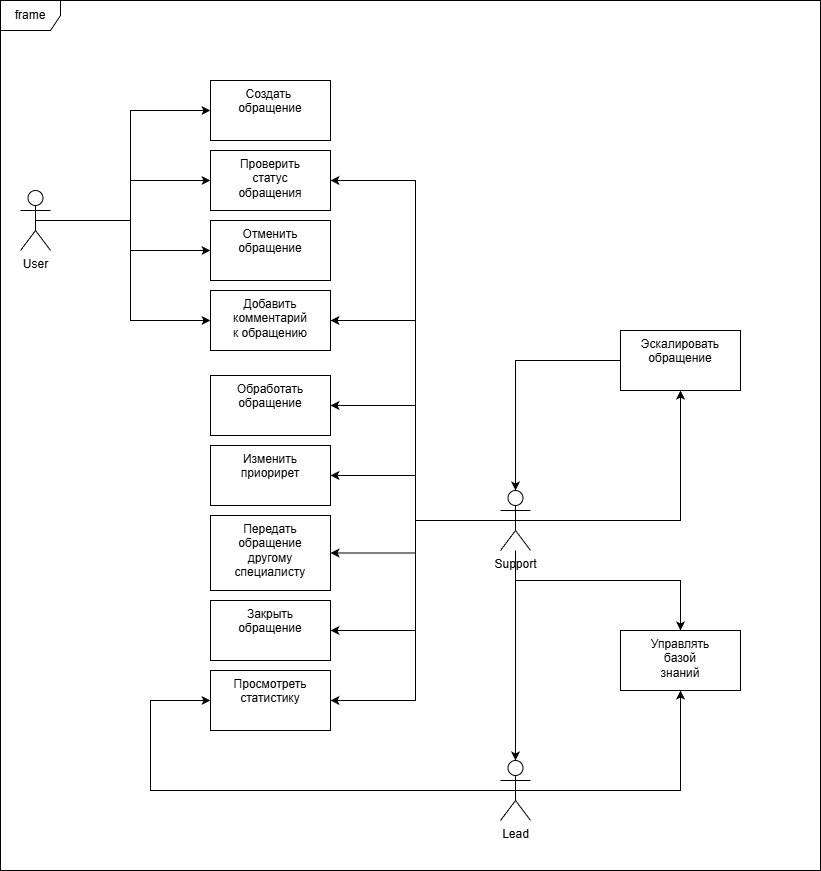
The draw.io diagram diagrams/support-uml.drawio.png in j112nsk/tw-portfolio, before a commit. Source tidied: cells renumbered, new cells last; positions are measured from the earlier drawing's top-left corner, leaving out a move shared by most shapes.
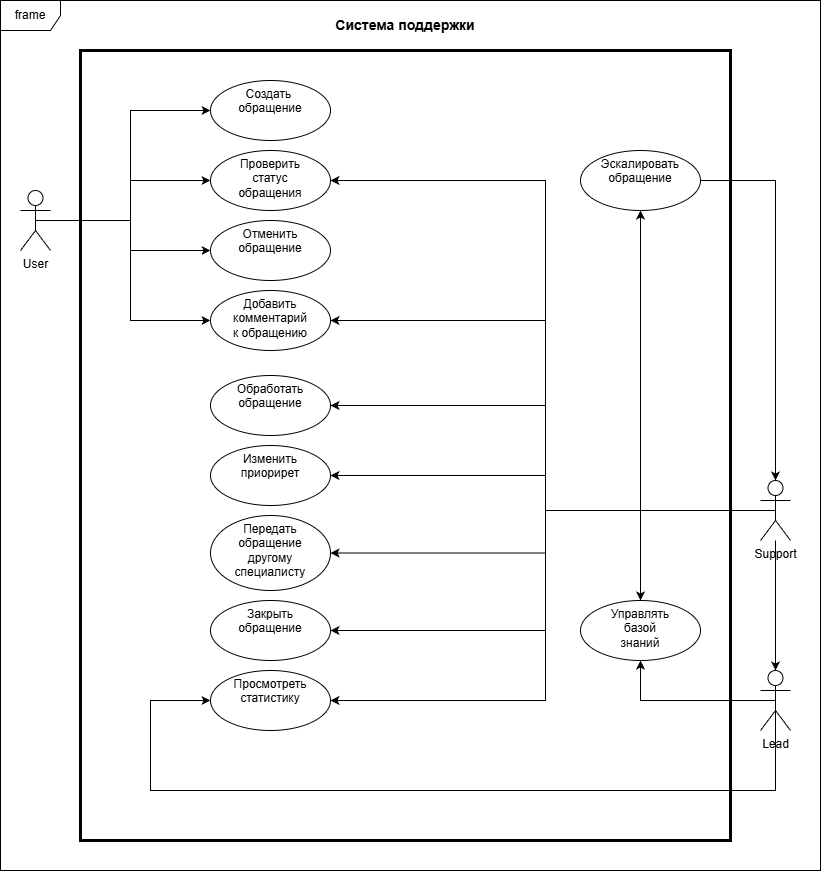
The same diagram one commit later.

Commit message:
Обновил uml-диаграммы

Change to the diagram source:
```diff
@@ -17,16 +17,16 @@
     <mxCell id="6" value="User" style="shape=umlActor;verticalLabelPosition=bottom;verticalAlign=top;html=1;" parent="1" vertex="1">
       <mxGeometry x="20" y="190" width="30" height="60" as="geometry" />
     </mxCell>
-    <mxCell id="7" value="Добавить&lt;div&gt;комментарий&lt;/div&gt;&lt;div&gt;к обращению&lt;/div&gt;" style="whiteSpace=wrap;html=1;verticalAlign=top;" parent="1" vertex="1">
+    <mxCell id="7" value="Добавить&lt;div&gt;комментарий&lt;/div&gt;&lt;div&gt;к обращению&lt;/div&gt;" style="whiteSpace=wrap;html=1;verticalAlign=top;shape=ellipse;perimeter=ellipsePerimeter;" parent="1" vertex="1">
       <mxGeometry x="210" y="290" width="120" height="60" as="geometry" />
     </mxCell>
-    <mxCell id="8" value="Создать&amp;nbsp;&lt;div style=&quot;&quot;&gt;обращение&lt;/div&gt;" style="whiteSpace=wrap;html=1;verticalAlign=top;align=center;" parent="1" vertex="1">
+    <mxCell id="8" value="Создать&amp;nbsp;&lt;div style=&quot;&quot;&gt;обращение&lt;/div&gt;" style="whiteSpace=wrap;html=1;verticalAlign=top;align=center;shape=ellipse;perimeter=ellipsePerimeter;" parent="1" vertex="1">
       <mxGeometry x="210" y="80" width="120" height="60" as="geometry" />
     </mxCell>
-    <mxCell id="9" value="Отменить&lt;div&gt;обращение&lt;/div&gt;" style="whiteSpace=wrap;html=1;verticalAlign=top;" parent="1" vertex="1">
+    <mxCell id="9" value="Отменить&lt;div&gt;обращение&lt;/div&gt;" style="whiteSpace=wrap;html=1;verticalAlign=top;shape=ellipse;perimeter=ellipsePerimeter;" parent="1" vertex="1">
       <mxGeometry x="210" y="220" width="120" height="60" as="geometry" />
     </mxCell>
-    <mxCell id="10" value="Проверить&lt;div&gt;статус&lt;/div&gt;&lt;div&gt;обращения&lt;/div&gt;" style="whiteSpace=wrap;html=1;verticalAlign=top;" parent="1" vertex="1">
+    <mxCell id="10" value="Проверить&lt;div&gt;статус&lt;/div&gt;&lt;div&gt;обращения&lt;/div&gt;" style="whiteSpace=wrap;html=1;verticalAlign=top;shape=ellipse;perimeter=ellipsePerimeter;" parent="1" vertex="1">
       <mxGeometry x="210" y="150" width="120" height="60" as="geometry" />
     </mxCell>
     <mxCell id="11" style="edgeStyle=orthogonalEdgeStyle;rounded=0;jettySize=auto;html=1;entryX=1;entryY=0.5;entryDx=0;entryDy=0;" parent="1" edge="1" source="20" target="21">
@@ -47,8 +47,7 @@
     <mxCell id="16" style="edgeStyle=orthogonalEdgeStyle;rounded=0;jettySize=auto;html=1;entryX=0.5;entryY=0;entryDx=0;entryDy=0;" parent="1" edge="1" source="20" target="31">
       <mxGeometry relative="1" as="geometry">
         <Array as="points">
-          <mxPoint x="515" y="580" />
-          <mxPoint x="680" y="580" />
+          <mxPoint x="640" y="510" />
         </Array>
       </mxGeometry>
     </mxCell>
@@ -59,24 +58,28 @@
       <mxGeometry relative="1" as="geometry" />
     </mxCell>
     <mxCell id="19" style="edgeStyle=orthogonalEdgeStyle;rounded=0;jettySize=auto;html=1;exitX=0.5;exitY=0.5;exitDx=0;exitDy=0;exitPerimeter=0;" parent="1" edge="1" source="20" target="32">
-      <mxGeometry relative="1" as="geometry" />
+      <mxGeometry relative="1" as="geometry">
+        <Array as="points">
+          <mxPoint x="640" y="510" />
+        </Array>
+      </mxGeometry>
     </mxCell>
     <mxCell id="20" value="Support" style="shape=umlActor;verticalLabelPosition=bottom;verticalAlign=top;html=1;" parent="1" vertex="1">
-      <mxGeometry x="500" y="490" width="30" height="60" as="geometry" />
+      <mxGeometry x="760" y="480" width="30" height="60" as="geometry" />
     </mxCell>
-    <mxCell id="21" value="Обработать&lt;div&gt;обращение&lt;/div&gt;" style="whiteSpace=wrap;html=1;verticalAlign=top;" parent="1" vertex="1">
+    <mxCell id="21" value="Обработать&lt;div&gt;обращение&lt;/div&gt;" style="whiteSpace=wrap;html=1;verticalAlign=top;shape=ellipse;perimeter=ellipsePerimeter;" parent="1" vertex="1">
       <mxGeometry x="210" y="375" width="120" height="60" as="geometry" />
     </mxCell>
-    <mxCell id="22" value="Закрыть&lt;div&gt;обращение&lt;/div&gt;" style="whiteSpace=wrap;html=1;verticalAlign=top;" parent="1" vertex="1">
+    <mxCell id="22" value="Закрыть&lt;div&gt;обращение&lt;/div&gt;" style="whiteSpace=wrap;html=1;verticalAlign=top;shape=ellipse;perimeter=ellipsePerimeter;" parent="1" vertex="1">
       <mxGeometry x="210" y="600" width="120" height="60" as="geometry" />
     </mxCell>
-    <mxCell id="23" value="Передать обращение&lt;div&gt;другому специалисту&lt;/div&gt;" style="whiteSpace=wrap;html=1;verticalAlign=top;" parent="1" vertex="1">
+    <mxCell id="23" value="Передать обращение&lt;div&gt;другому специалисту&lt;/div&gt;" style="whiteSpace=wrap;html=1;verticalAlign=top;shape=ellipse;perimeter=ellipsePerimeter;" parent="1" vertex="1">
       <mxGeometry x="210" y="515" width="120" height="75" as="geometry" />
     </mxCell>
-    <mxCell id="24" value="Просмотреть&lt;div&gt;статистику&lt;/div&gt;" style="whiteSpace=wrap;html=1;verticalAlign=top;" parent="1" vertex="1">
+    <mxCell id="24" value="Просмотреть&lt;div&gt;статистику&lt;/div&gt;" style="whiteSpace=wrap;html=1;verticalAlign=top;shape=ellipse;perimeter=ellipsePerimeter;" parent="1" vertex="1">
       <mxGeometry x="210" y="670" width="120" height="60" as="geometry" />
     </mxCell>
-    <mxCell id="25" value="Изменить&lt;div&gt;приорирет&lt;/div&gt;" style="whiteSpace=wrap;html=1;verticalAlign=top;" parent="1" vertex="1">
+    <mxCell id="25" value="Изменить&lt;div&gt;приорирет&lt;/div&gt;" style="whiteSpace=wrap;html=1;verticalAlign=top;shape=ellipse;perimeter=ellipsePerimeter;" parent="1" vertex="1">
       <mxGeometry x="210" y="445" width="120" height="60" as="geometry" />
     </mxCell>
     <mxCell id="26" style="edgeStyle=orthogonalEdgeStyle;rounded=0;jettySize=auto;html=1;entryX=0.5;entryY=1;entryDx=0;entryDy=0;exitX=0.5;exitY=0.5;exitDx=0;exitDy=0;exitPerimeter=0;" parent="1" edge="1" source="28" target="31">
@@ -91,7 +94,7 @@
       </mxGeometry>
     </mxCell>
     <mxCell id="28" value="Lead" style="shape=umlActor;verticalLabelPosition=bottom;verticalAlign=top;html=1;" parent="1" vertex="1">
-      <mxGeometry x="500" y="760" width="30" height="60" as="geometry" />
+      <mxGeometry x="760" y="670" width="30" height="60" as="geometry" />
     </mxCell>
     <mxCell id="29" style="edgeStyle=orthogonalEdgeStyle;rounded=0;jettySize=auto;html=1;entryX=0.5;entryY=0;entryDx=0;entryDy=0;entryPerimeter=0;" parent="1" edge="1" source="20" target="28">
       <mxGeometry relative="1" as="geometry" />
@@ -99,14 +102,17 @@
     <mxCell id="30" value="frame" style="shape=umlFrame;whiteSpace=wrap;html=1;" parent="1" vertex="1">
       <mxGeometry width="820" height="870" as="geometry" />
     </mxCell>
-    <mxCell id="31" value="Управлять&lt;div&gt;базой&lt;/div&gt;&lt;div&gt;знаний&lt;/div&gt;" style="whiteSpace=wrap;html=1;verticalAlign=top;" parent="1" vertex="1">
-      <mxGeometry x="620" y="630" width="120" height="60" as="geometry" />
+    <mxCell id="31" value="Управлять&lt;div&gt;базой&lt;/div&gt;&lt;div&gt;знаний&lt;/div&gt;" style="whiteSpace=wrap;html=1;verticalAlign=top;shape=ellipse;perimeter=ellipsePerimeter;" parent="1" vertex="1">
+      <mxGeometry x="580" y="600" width="120" height="60" as="geometry" />
     </mxCell>
-    <mxCell id="32" value="Эскалировать&lt;div&gt;обращение&lt;/div&gt;" style="whiteSpace=wrap;html=1;verticalAlign=top;" parent="1" vertex="1">
-      <mxGeometry x="620" y="330" width="120" height="60" as="geometry" />
+    <mxCell id="32" value="Эскалировать&lt;div&gt;обращение&lt;/div&gt;" style="whiteSpace=wrap;html=1;verticalAlign=top;shape=ellipse;perimeter=ellipsePerimeter;" parent="1" vertex="1">
+      <mxGeometry x="580" y="150" width="120" height="60" as="geometry" />
     </mxCell>
     <mxCell id="33" style="edgeStyle=orthogonalEdgeStyle;rounded=0;jettySize=auto;html=1;entryX=0.5;entryY=0;entryDx=0;entryDy=0;entryPerimeter=0;" parent="1" edge="1" source="32" target="20">
       <mxGeometry relative="1" as="geometry" />
     </mxCell>
+    <mxCell id="34" value="&lt;h3&gt;Система поддержки&lt;/h3&gt;" style="html=1;whiteSpace=wrap;fillColor=none;labelPosition=center;verticalLabelPosition=top;align=center;verticalAlign=bottom;fontSize=12;fontColor=default;strokeWidth=3;" parent="1" vertex="1">
+      <mxGeometry x="80" y="50" width="650" height="790" as="geometry" />
+    </mxCell>
   </root>
 </mxGraphModel>
```
